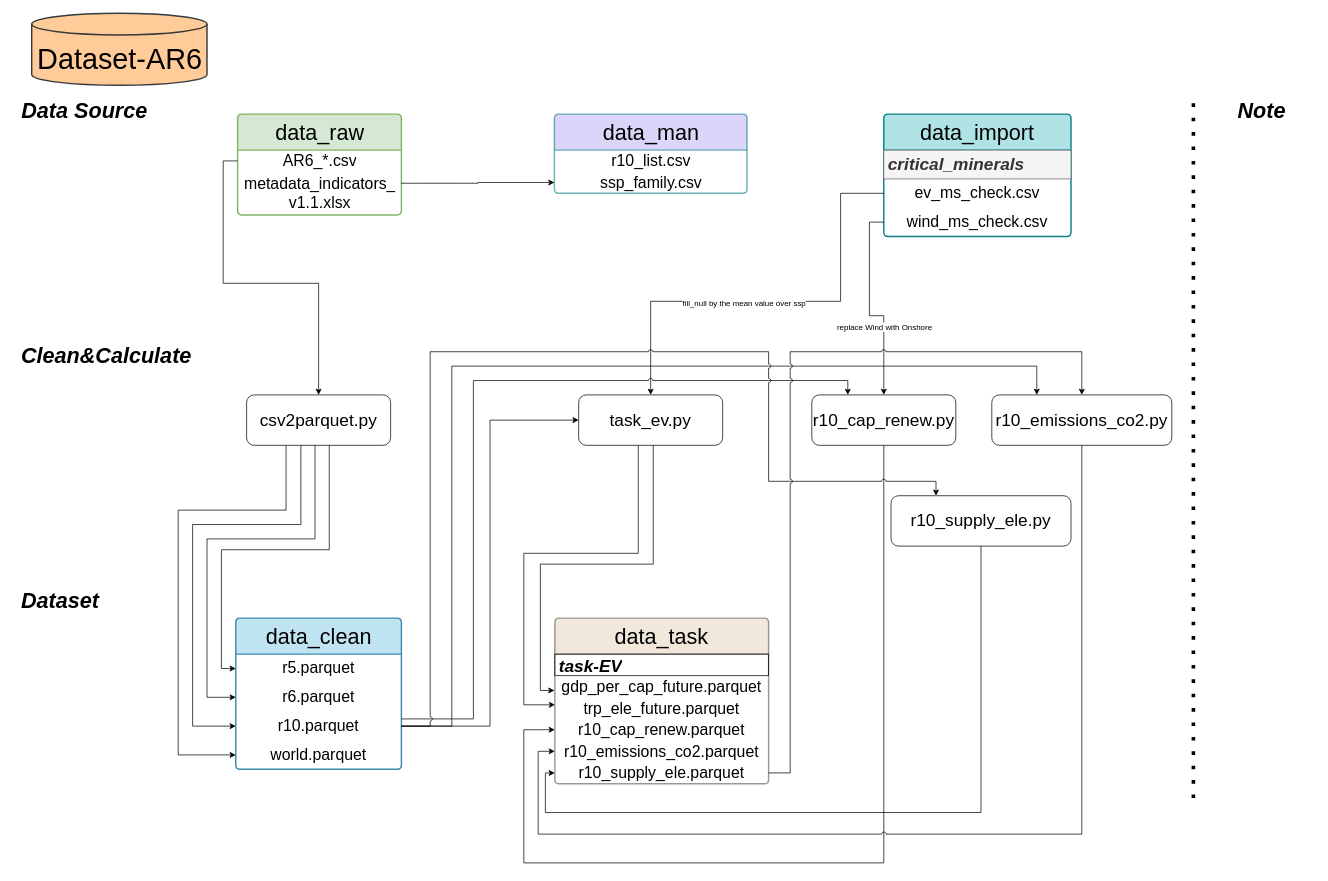
This is structure.drawio from jenchen95/dataset-ar6, a draw.io file, before an edit. Source tidied: cells renumbered, new cells numbered last; positions are measured from the earlier drawing's top-left corner, leaving out a move shared by most shapes. Both pictures are drawn from the tidied source at 72%, with x=0, y=0 at pixel (12, 13).
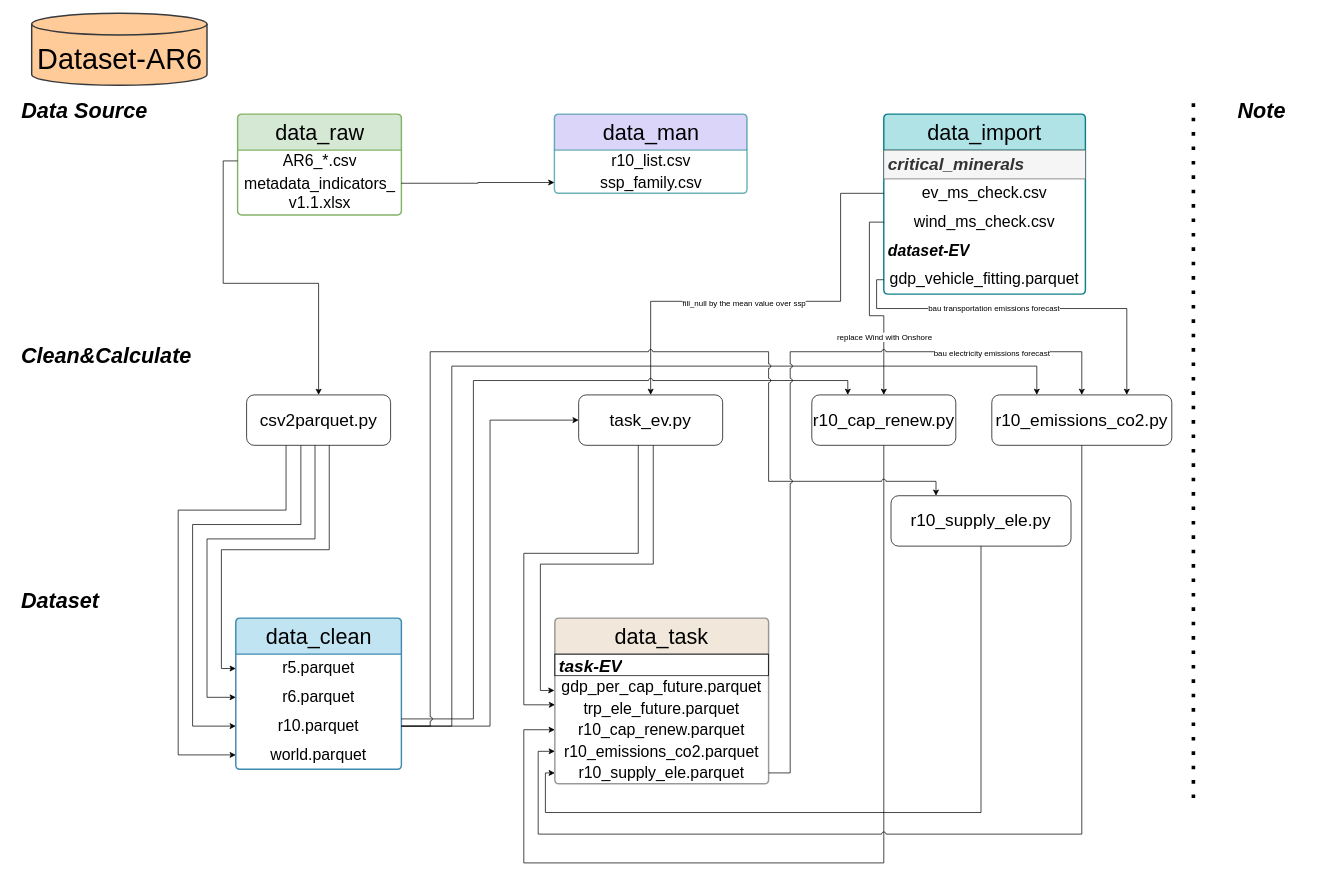
The same page after the edit.

Commit message (it also covers changes not shown here):
[feat] bau scenario for transportation emissions

The change refers to these unchanged cells:
```xml
<mxCell id="46" style="edgeStyle=orthogonalEdgeStyle;rounded=0;jettySize=auto;html=1;exitX=0;exitY=0.5;exitDx=0;exitDy=0;entryX=0.5;entryY=0;entryDx=0;entryDy=0;" parent="1" edge="1" source="24" target="45">
  <mxGeometry relative="1" as="geometry" />
</mxCell>
<mxCell id="50" value="&lt;font style=&quot;font-size: 24px;&quot;&gt;r10_emissions_co2.py&lt;/font&gt;" style="rounded=1;whiteSpace=wrap;html=1;" parent="1" vertex="1">
  <mxGeometry x="1360" y="530" width="250" height="70" as="geometry" />
</mxCell>
<mxCell id="55" style="edgeStyle=orthogonalEdgeStyle;rounded=0;jettySize=auto;html=1;exitX=1;exitY=0.5;exitDx=0;exitDy=0;entryX=0.5;entryY=0;entryDx=0;entryDy=0;jumpStyle=arc;" parent="1" edge="1" source="31" target="50">
  <mxGeometry relative="1" as="geometry">
    <Array as="points">
      <mxPoint x="1080" y="1055" />
      <mxPoint x="1080" y="470" />
      <mxPoint x="1485" y="470" />
    </Array>
  </mxGeometry>
</mxCell>
```

Diff of the diagram source:
```diff
@@
     <mxCell id="21" value="&lt;span style=&quot;font-size: 30px;&quot;&gt;data_import&lt;/span&gt;" style="swimlane;fontStyle=0;horizontal=1;startSize=50;whiteSpace=wrap;html=1;fillColor=#b0e3e6;strokeColor=#0e8088;rounded=1;align=center;fillStyle=auto;strokeWidth=2;shadow=0;dashed=0;arcSize=4;" parent="1" vertex="1">
-      <mxGeometry x="1210" y="140" width="260" height="170" as="geometry" />
+      <mxGeometry x="1210" y="140" width="280" height="250" as="geometry" />
     </mxCell>
     <mxCell id="22" value="&lt;span style=&quot;font-size: 24px;&quot;&gt;&lt;b&gt;&lt;i&gt;critical_minerals&lt;/i&gt;&lt;/b&gt;&lt;/span&gt;" style="text;strokeColor=#666666;fillColor=#f5f5f5;align=left;verticalAlign=middle;spacingLeft=4;spacingRight=4;overflow=hidden;whiteSpace=wrap;html=1;fontColor=#333333;" parent="21" vertex="1">
-      <mxGeometry y="50" width="260" height="40" as="geometry" />
+      <mxGeometry y="50" width="280" height="40" as="geometry" />
     </mxCell>
     <mxCell id="23" value="&lt;span style=&quot;font-size: 22px;&quot;&gt;ev_ms_check.csv&lt;/span&gt;" style="text;strokeColor=none;fillColor=none;align=center;verticalAlign=middle;spacingLeft=4;spacingRight=4;overflow=hidden;points=[[0,0.5],[1,0.5]];portConstraint=eastwest;whiteSpace=wrap;html=1;" parent="21" vertex="1">
-      <mxGeometry y="90" width="260" height="40" as="geometry" />
+      <mxGeometry y="90" width="280" height="40" as="geometry" />
     </mxCell>
     <mxCell id="24" value="&lt;font style=&quot;font-size: 22px;&quot;&gt;wind_ms_check.csv&lt;/font&gt;" style="text;strokeColor=none;fillColor=none;align=center;verticalAlign=middle;spacingLeft=4;spacingRight=4;overflow=hidden;points=[[0,0.5],[1,0.5]];portConstraint=eastwest;whiteSpace=wrap;html=1;" parent="21" vertex="1">
-      <mxGeometry y="130" width="260" height="40" as="geometry" />
+      <mxGeometry y="130" width="280" height="40" as="geometry" />
     </mxCell>
+    <mxCell id="56" value="&lt;font style=&quot;font-size: 22px;&quot;&gt;&lt;i&gt;&lt;b&gt;dataset-EV&lt;/b&gt;&lt;/i&gt;&lt;/font&gt;" style="text;strokeColor=none;fillColor=none;align=left;verticalAlign=middle;spacingLeft=4;spacingRight=4;overflow=hidden;whiteSpace=wrap;html=1;" parent="21" vertex="1">
+      <mxGeometry y="170" width="280" height="40" as="geometry" />
+    </mxCell>
+    <mxCell id="57" value="&lt;font style=&quot;font-size: 22px;&quot;&gt;gdp_vehicle_fitting.parquet&lt;/font&gt;" style="text;strokeColor=none;fillColor=none;align=center;verticalAlign=middle;spacingLeft=4;spacingRight=4;overflow=hidden;points=[[0,0.5],[1,0.5]];portConstraint=eastwest;whiteSpace=wrap;html=1;" parent="21" vertex="1">
+      <mxGeometry y="210" width="280" height="40" as="geometry" />
+    </mxCell>
@@
     <mxCell id="47" value="replace Wind with Onshore" style="edgeLabel;html=1;align=center;verticalAlign=middle;" parent="46" vertex="1">
       <mxGeometry x="0.33" relative="1" as="geometry">
-        <mxPoint y="-1" as="offset" />
+        <mxPoint y="13" as="offset" />
       </mxGeometry>
     </mxCell>
@@
+    <mxCell id="58" value="bau electricity emissions forecast" style="edgeLabel;html=1;align=center;verticalAlign=middle;" parent="55" vertex="1">
+      <mxGeometry x="0.55" y="-1" relative="1" as="geometry">
+        <mxPoint x="57" as="offset" />
+      </mxGeometry>
+    </mxCell>
+    <mxCell id="59" style="edgeStyle=orthogonalEdgeStyle;rounded=0;jettySize=auto;html=1;exitX=0;exitY=0.5;exitDx=0;exitDy=0;entryX=0.75;entryY=0;entryDx=0;entryDy=0;" parent="1" edge="1" source="57" target="50">
+      <mxGeometry relative="1" as="geometry">
+        <Array as="points">
+          <mxPoint x="1200" y="370" />
+          <mxPoint x="1200" y="410" />
+          <mxPoint x="1547" y="410" />
+        </Array>
+      </mxGeometry>
+    </mxCell>
+    <mxCell id="60" value="bau transportation emissions forecast" style="edgeLabel;html=1;align=center;verticalAlign=middle;" parent="59" vertex="1">
+      <mxGeometry x="-0.18" y="1" relative="1" as="geometry" />
+    </mxCell>
```
